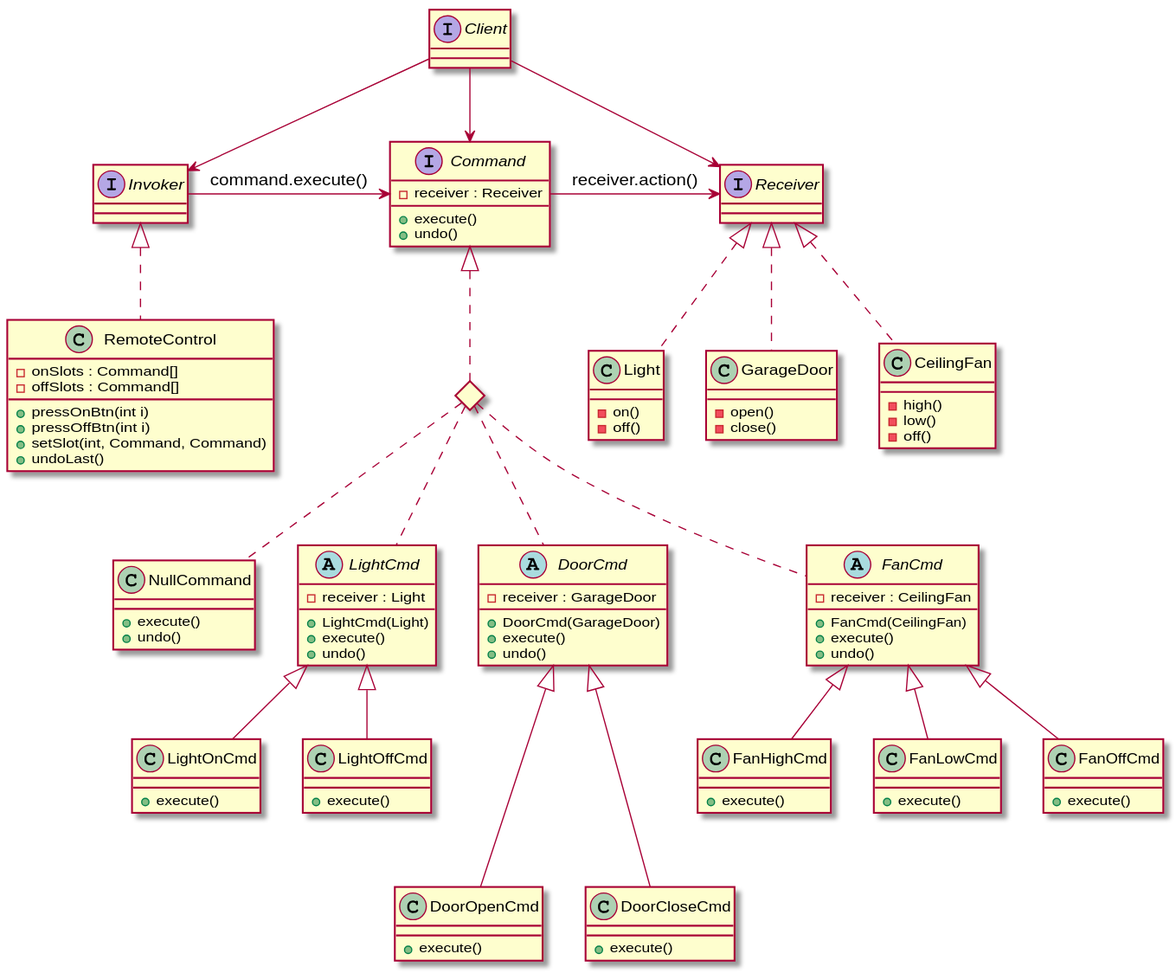
This is 06_command_pattern/uml.svg from alesgenova/design-patterns, a PlantUML export, as it was before one commit. The source it was exported from:
```plantuml
@startuml
Interface Command{
  + execute()
  + undo()
  - receiver : Receiver
}

Interface Receiver{
}

Interface Invoker{

}

Interface Client{

}

Class RemoteControl{
  - onSlots : Command[]
  - offSlots : Command[]
  + pressOnBtn(int i)
  + pressOffBtn(int i)
  + setSlot(int, Command, Command)
  + undoLast()
}

Class Light{
  - on()
  - off()
}

Class GarageDoor{
  - open()
  - close()
}

Class CeilingFan{
  - high()
  - low()
  - off()
}

Class NullCommand{
  +execute()
  +undo()
}

Abstract LightCmd{
  + LightCmd(Light)
  + execute()
  + undo()
  - receiver : Light
}

Class LightOnCmd{
  + execute()
}

Class LightOffCmd{
  + execute()
}

Abstract DoorCmd{
  + DoorCmd(GarageDoor)
  + execute()
  + undo()
  - receiver : GarageDoor
}

Class DoorOpenCmd{
  + execute()
}

Class DoorCloseCmd{
  + execute()
}

Abstract FanCmd{
  + FanCmd(CeilingFan)
  + execute()
  + undo()
  - receiver : CeilingFan
}

Class FanHighCmd{
  + execute()
}

Class FanLowCmd{
  + execute()
}

Class FanOffCmd{
  + execute()
}




Client --> Command
Client --> Invoker
Client --> Receiver

Invoker -> Command : command.execute()
Command -> Receiver : receiver.action()

Invoker <|.. RemoteControl

Receiver <|.. Light
Receiver <|.. GarageDoor
Receiver <|.. CeilingFan

<> PLACEHOLDER1

Command <|.. PLACEHOLDER1

PLACEHOLDER1 .. LightCmd
LightCmd <|-- LightOnCmd
LightCmd <|-- LightOffCmd

PLACEHOLDER1 .. FanCmd
FanCmd <|-- FanHighCmd
FanCmd <|-- FanLowCmd
FanCmd <|-- FanOffCmd

PLACEHOLDER1 .. DoorCmd
DoorCmd <|--- DoorOpenCmd
DoorCmd <|--- DoorCloseCmd

PLACEHOLDER1 .. NullCommand
@enduml
```
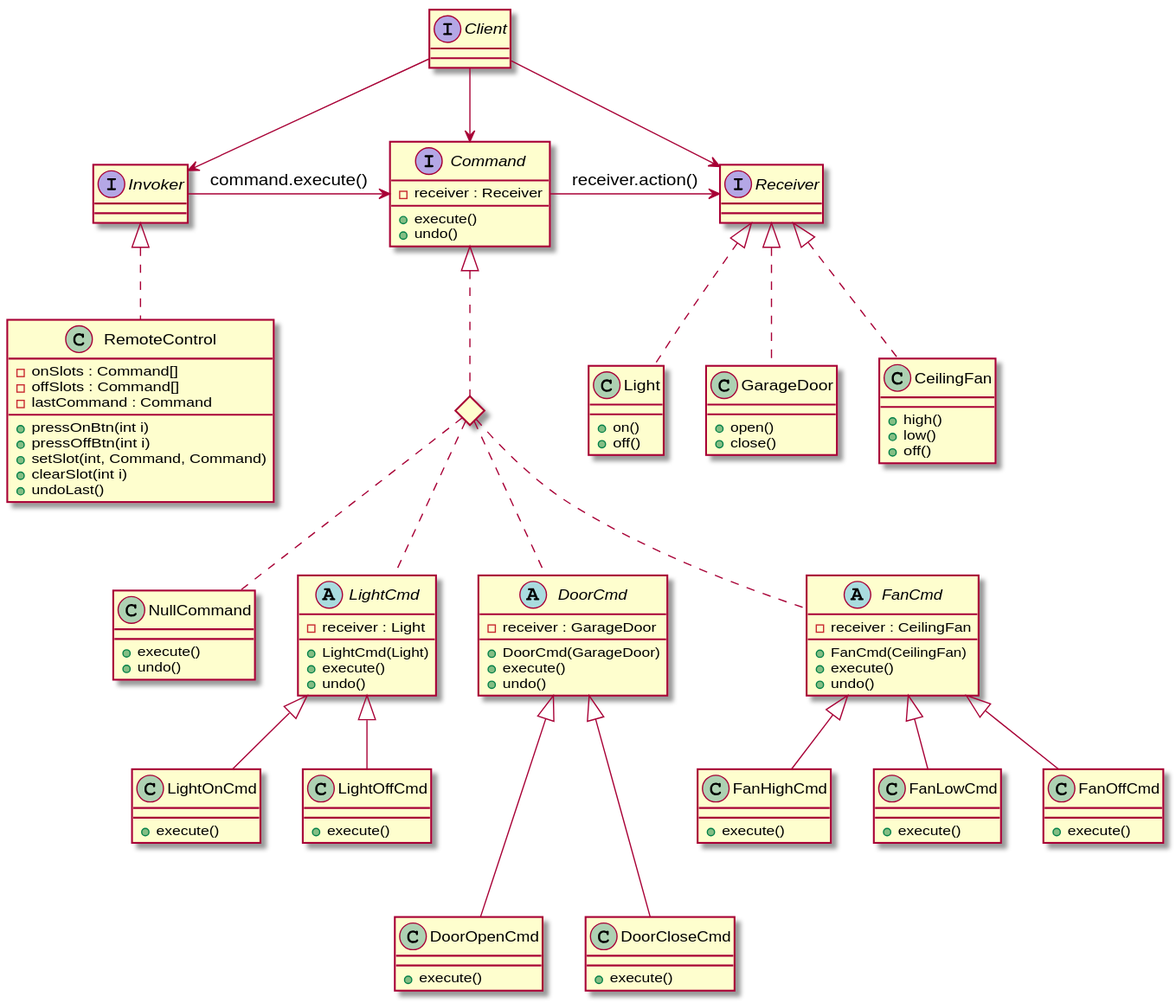
After the change.

The edit, as a diff of the source:
```diff
@@ -19,26 +19,28 @@
 Class RemoteControl{
   - onSlots : Command[]
   - offSlots : Command[]
+  - lastCommand : Command
   + pressOnBtn(int i)
   + pressOffBtn(int i)
   + setSlot(int, Command, Command)
+  + clearSlot(int i)
   + undoLast()
 }
 
 Class Light{
-  - on()
-  - off()
+  + on()
+  + off()
 }
 
 Class GarageDoor{
-  - open()
-  - close()
+  + open()
+  + close()
 }
 
 Class CeilingFan{
-  - high()
-  - low()
-  - off()
+  + high()
+  + low()
+  + off()
 }
 
 Class NullCommand{
```
